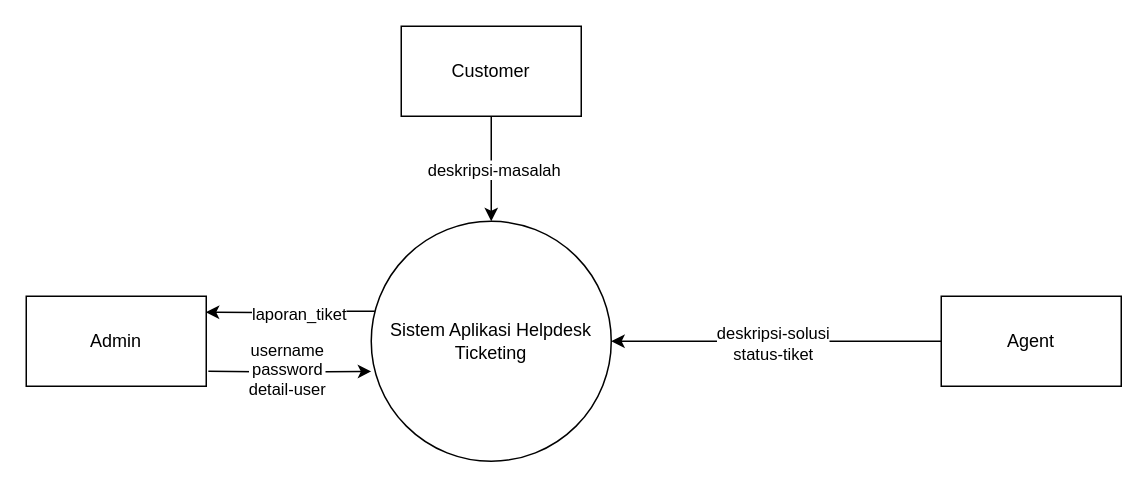
Earlier version of the draw.io diagram skripsi-dfdk.drawio (raflialkindhi/graph-save). Source tidied: cells renumbered, new cells numbered last; positions are measured from the earlier drawing's top-left corner, leaving out a move shared by most shapes. Both pictures are drawn from the tidied source at 150%, with x=0, y=0 at pixel (26, 26).
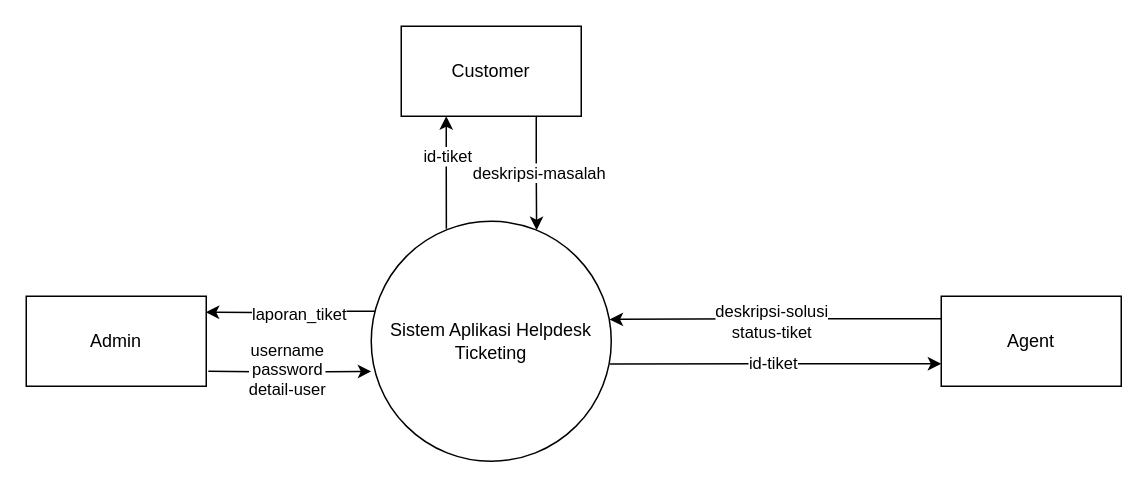
The same page after the edit.

The change refers to these unchanged cells:
```xml
<mxCell id="4" value="Sistem Aplikasi Helpdesk Ticketing" style="ellipse;whiteSpace=wrap;html=1;" parent="1" vertex="1">
  <mxGeometry x="230" y="130" width="160" height="160" as="geometry" />
</mxCell>
<mxCell id="7" value="Agent" style="rounded=0;whiteSpace=wrap;html=1;" parent="1" vertex="1">
  <mxGeometry x="610" y="180" width="120" height="60" as="geometry" />
</mxCell>
<mxCell id="13" value="Customer" style="rounded=0;whiteSpace=wrap;html=1;" parent="1" vertex="1">
  <mxGeometry x="250" width="120" height="60" as="geometry" />
</mxCell>
```

Diff of the diagram source:
```diff
@@
-    <mxCell id="5" style="edgeStyle=orthogonalEdgeStyle;rounded=0;jettySize=auto;html=1;exitX=0;exitY=0.5;exitDx=0;exitDy=0;entryX=1;entryY=0.5;entryDx=0;entryDy=0;" parent="1" edge="1" source="7" target="4">
+    <mxCell id="5" style="edgeStyle=orthogonalEdgeStyle;rounded=0;jettySize=auto;html=1;exitX=0;exitY=0.25;exitDx=0;exitDy=0;entryX=0.993;entryY=0.409;entryDx=0;entryDy=0;entryPerimeter=0;" parent="1" edge="1" source="7" target="4">
       <mxGeometry relative="1" as="geometry" />
     </mxCell>
@@
+    <mxCell id="14" style="edgeStyle=orthogonalEdgeStyle;rounded=0;jettySize=auto;html=1;exitX=0;exitY=0.75;exitDx=0;exitDy=0;entryX=0.995;entryY=0.595;entryDx=0;entryDy=0;entryPerimeter=0;startArrow=classic;startFill=1;endArrow=none;endFill=0;" parent="1" edge="1" source="7" target="4">
+      <mxGeometry relative="1" as="geometry" />
+    </mxCell>
+    <mxCell id="15" value="id-tiket" style="edgeLabel;html=1;align=center;verticalAlign=middle;" parent="14" vertex="1">
+      <mxGeometry x="0.02" y="-1" relative="1" as="geometry" />
+    </mxCell>
@@
-    <mxCell id="11" style="edgeStyle=orthogonalEdgeStyle;rounded=0;jettySize=auto;html=1;exitX=0.5;exitY=1;exitDx=0;exitDy=0;entryX=0.5;entryY=0;entryDx=0;entryDy=0;" parent="1" edge="1" source="13" target="4">
+    <mxCell id="11" style="edgeStyle=orthogonalEdgeStyle;rounded=0;jettySize=auto;html=1;exitX=0.75;exitY=1;exitDx=0;exitDy=0;entryX=0.689;entryY=0.037;entryDx=0;entryDy=0;entryPerimeter=0;" parent="1" edge="1" source="13" target="4">
       <mxGeometry relative="1" as="geometry" />
     </mxCell>
@@
+    <mxCell id="16" style="edgeStyle=orthogonalEdgeStyle;rounded=0;jettySize=auto;html=1;exitX=0.25;exitY=1;exitDx=0;exitDy=0;entryX=0.313;entryY=0.031;entryDx=0;entryDy=0;entryPerimeter=0;endArrow=none;endFill=0;startArrow=classic;startFill=1;" parent="1" edge="1" source="13" target="4">
+      <mxGeometry relative="1" as="geometry" />
+    </mxCell>
+    <mxCell id="17" value="id-tiket" style="edgeLabel;html=1;align=center;verticalAlign=middle;" parent="16" vertex="1">
+      <mxGeometry x="-0.26" y="1" relative="1" as="geometry">
+        <mxPoint x="-1" y="-2" as="offset" />
+      </mxGeometry>
+    </mxCell>
```
